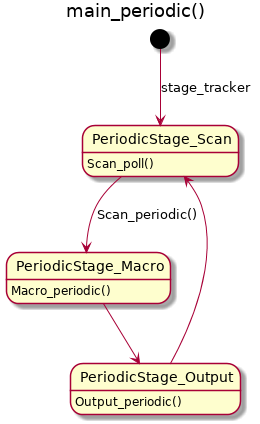
Before: doc/uml/main_periodic.png, a diagram exported from PlantUML (kluelogic/controller).
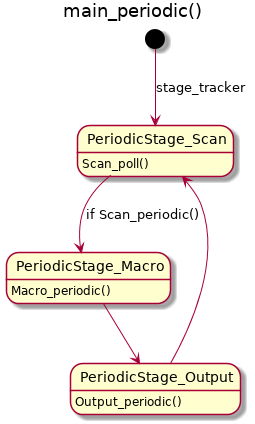
After the commit.

Diff of the diagram source:
```diff
@@ -2,7 +2,7 @@
 title main_periodic()
 [*] --> PeriodicStage_Scan : stage_tracker
 PeriodicStage_Scan : Scan_poll()
-PeriodicStage_Scan --> PeriodicStage_Macro : Scan_periodic()
+PeriodicStage_Scan --> PeriodicStage_Macro : if Scan_periodic()
 PeriodicStage_Macro : Macro_periodic()
 PeriodicStage_Macro --> PeriodicStage_Output
 PeriodicStage_Output : Output_periodic()
```
